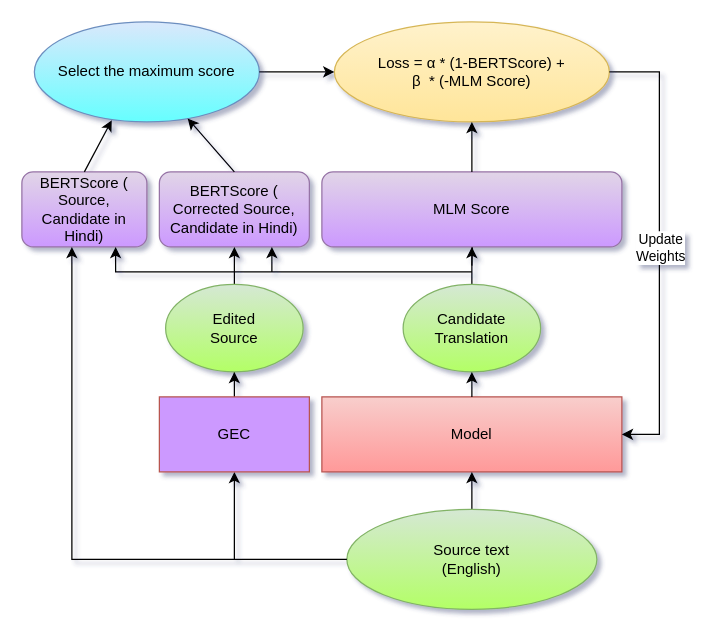
babangain/drawio keeps this draw.io diagram as transformer_with_grammar_correction_mlm_bertscore.drawio. Above is the earlier version. Source tidied: cells renumbered, new cells numbered last; positions are measured from the earlier drawing's top-left corner, leaving out a move shared by most shapes. Both pictures are drawn from the tidied source at 125%, with x=0, y=0 at pixel (21, 21).
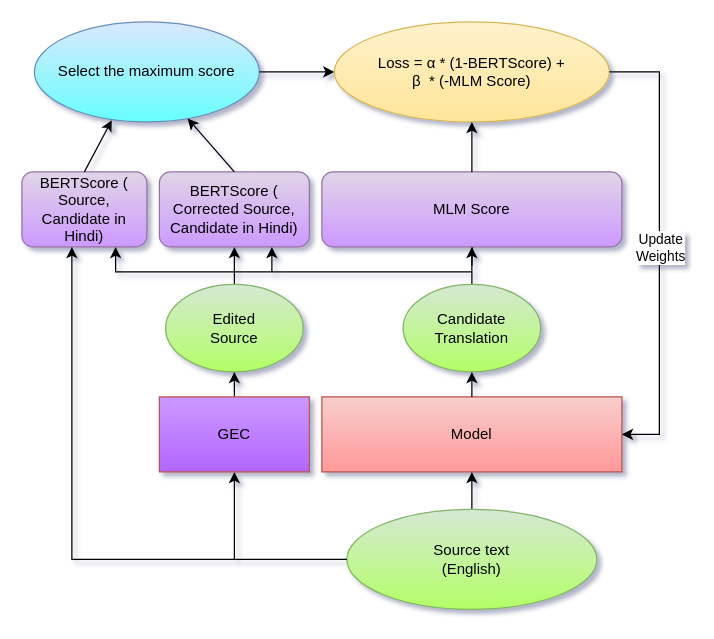
Above is the later version.

What changed in the source:
```diff
@@
-    <mxCell id="8" value="GEC" style="rounded=0;whiteSpace=wrap;html=1;fillColor=#CC99FF;strokeColor=#b85450;labelBorderColor=none;gradientColor=#CC99FF;" parent="1" vertex="1">
+    <mxCell id="8" value="GEC" style="rounded=0;whiteSpace=wrap;html=1;fillColor=#CC99FF;strokeColor=#b85450;labelBorderColor=none;gradientColor=#B266FF;" parent="1" vertex="1">
       <mxGeometry x="110" y="300" width="120" height="60" as="geometry" />
     </mxCell>
```
